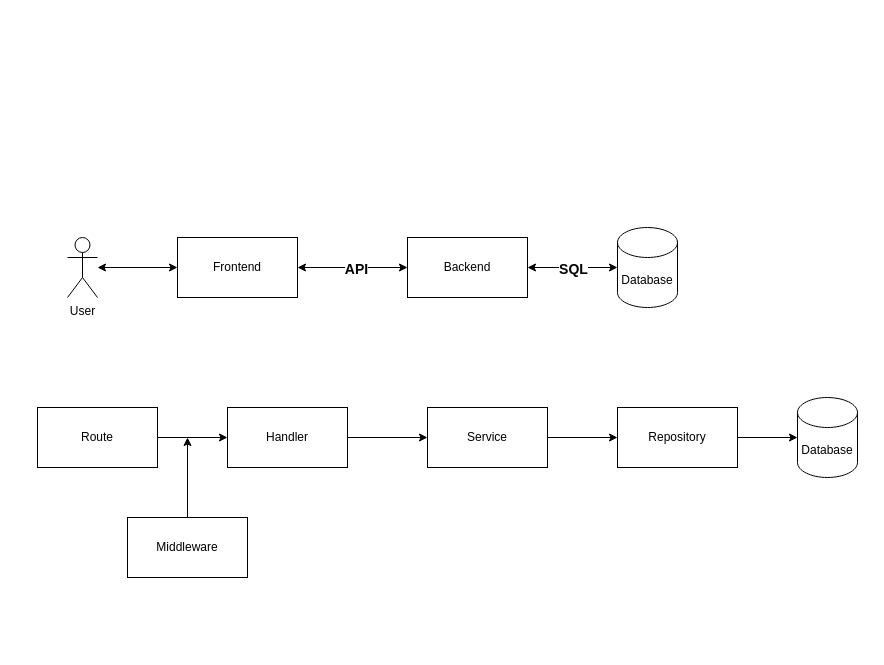
Above: structure.drawio in codeclubvn/go-boilerplate (draw.io), before the change. Source tidied: cells renumbered, new cells numbered last; positions are measured from the earlier drawing's top-left corner, leaving out a move shared by most shapes. Both pictures are drawn from the tidied source at 100%, with x=0, y=0 at pixel (37, 227).
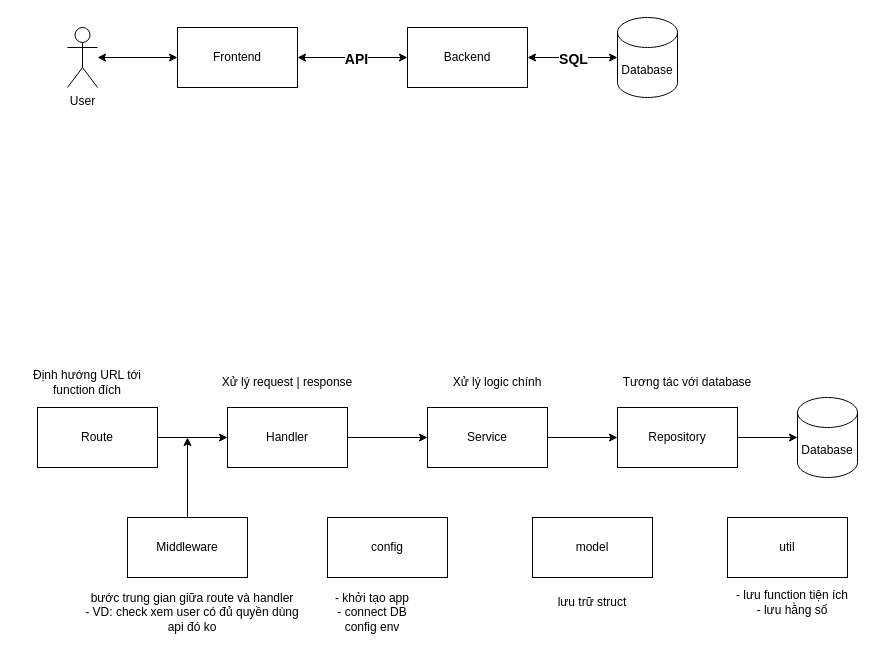
Above is the later version.

The edit, as a diff of the source:
```diff
@@
     <mxCell id="2" value="Frontend" style="rounded=0;whiteSpace=wrap;html=1;" parent="1" vertex="1">
-      <mxGeometry x="140" y="10" width="120" height="60" as="geometry" />
+      <mxGeometry x="140" y="-200" width="120" height="60" as="geometry" />
     </mxCell>
     <mxCell id="3" value="User" style="shape=umlActor;verticalLabelPosition=bottom;verticalAlign=top;html=1;outlineConnect=0;" parent="1" vertex="1">
-      <mxGeometry x="30" y="10" width="30" height="60" as="geometry" />
+      <mxGeometry x="30" y="-200" width="30" height="60" as="geometry" />
     </mxCell>
     <mxCell id="4" value="Backend" style="rounded=0;whiteSpace=wrap;html=1;" parent="1" vertex="1">
-      <mxGeometry x="370" y="10" width="120" height="60" as="geometry" />
+      <mxGeometry x="370" y="-200" width="120" height="60" as="geometry" />
     </mxCell>
     <mxCell id="5" value="Database" style="shape=cylinder3;whiteSpace=wrap;html=1;boundedLbl=1;backgroundOutline=1;size=15;" parent="1" vertex="1">
-      <mxGeometry x="580" width="60" height="80" as="geometry" />
+      <mxGeometry x="580" y="-210" width="60" height="80" as="geometry" />
     </mxCell>
@@
+    <mxCell id="22" value="Xử lý request | response" style="text;html=1;strokeColor=none;fillColor=none;align=center;verticalAlign=middle;whiteSpace=wrap;rounded=0;" parent="1" vertex="1">
+      <mxGeometry x="180" y="140" width="140" height="30" as="geometry" />
+    </mxCell>
+    <mxCell id="23" value="Xử lý logic chính" style="text;html=1;strokeColor=none;fillColor=none;align=center;verticalAlign=middle;whiteSpace=wrap;rounded=0;" parent="1" vertex="1">
+      <mxGeometry x="390" y="140" width="140" height="30" as="geometry" />
+    </mxCell>
+    <mxCell id="24" value="Tương tác với database" style="text;html=1;strokeColor=none;fillColor=none;align=center;verticalAlign=middle;whiteSpace=wrap;rounded=0;" parent="1" vertex="1">
+      <mxGeometry x="580" y="140" width="140" height="30" as="geometry" />
+    </mxCell>
+    <mxCell id="25" value="bước trung gian giữa route và handler&lt;br&gt;- VD: check xem user có đủ quyền dùng api đó ko" style="text;html=1;strokeColor=none;fillColor=none;align=center;verticalAlign=middle;whiteSpace=wrap;rounded=0;" parent="1" vertex="1">
+      <mxGeometry x="40" y="350" width="230" height="70" as="geometry" />
+    </mxCell>
+    <mxCell id="26" value="Định hướng URL tới function đích" style="text;html=1;strokeColor=none;fillColor=none;align=center;verticalAlign=middle;whiteSpace=wrap;rounded=0;" parent="1" vertex="1">
+      <mxGeometry x="-20" y="140" width="140" height="30" as="geometry" />
+    </mxCell>
+    <mxCell id="27" value="config" style="rounded=0;whiteSpace=wrap;html=1;" parent="1" vertex="1">
+      <mxGeometry x="290" y="290" width="120" height="60" as="geometry" />
+    </mxCell>
+    <mxCell id="28" value="- khởi tạo app&lt;br&gt;- connect DB&lt;br&gt;config env" style="text;html=1;strokeColor=none;fillColor=none;align=center;verticalAlign=middle;whiteSpace=wrap;rounded=0;" parent="1" vertex="1">
+      <mxGeometry x="260" y="370" width="150" height="30" as="geometry" />
+    </mxCell>
+    <mxCell id="29" value="lưu trữ struct" style="text;html=1;strokeColor=none;fillColor=none;align=center;verticalAlign=middle;whiteSpace=wrap;rounded=0;" parent="1" vertex="1">
+      <mxGeometry x="480" y="360" width="150" height="30" as="geometry" />
+    </mxCell>
+    <mxCell id="30" value="model" style="rounded=0;whiteSpace=wrap;html=1;" parent="1" vertex="1">
+      <mxGeometry x="495" y="290" width="120" height="60" as="geometry" />
+    </mxCell>
+    <mxCell id="31" value="util" style="rounded=0;whiteSpace=wrap;html=1;" parent="1" vertex="1">
+      <mxGeometry x="690" y="290" width="120" height="60" as="geometry" />
+    </mxCell>
+    <mxCell id="32" value="- lưu function tiện ích&lt;br&gt;- lưu hằng số" style="text;html=1;strokeColor=none;fillColor=none;align=center;verticalAlign=middle;whiteSpace=wrap;rounded=0;" parent="1" vertex="1">
+      <mxGeometry x="680" y="360" width="150" height="30" as="geometry" />
+    </mxCell>
```
